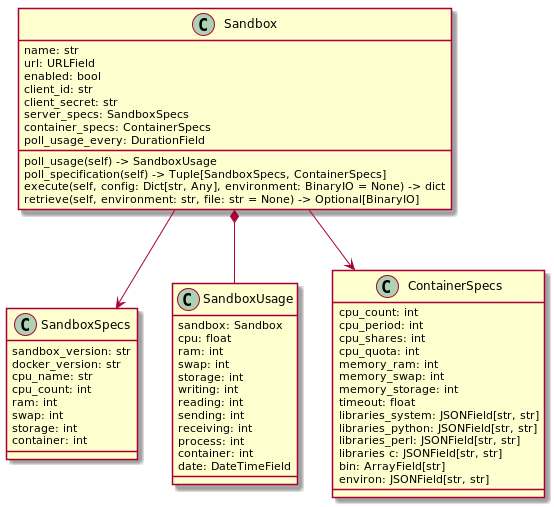
This is diagrammes/standalone/sandbox/sandbox.png from PremierLangage/platon-conception, a PlantUML export, as it was before one commit.
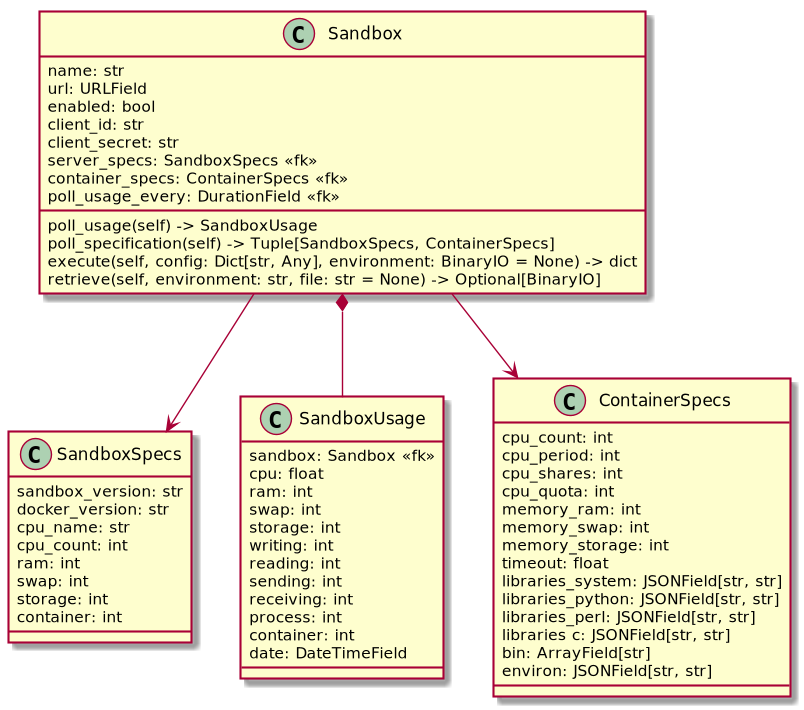
After the commit.

The edit, as a diff of the source:
```diff
@@ -13,7 +13,7 @@
 
 
 class SandboxUsage {
-    sandbox: Sandbox
+    sandbox: Sandbox <<fk>>
     cpu: float
     ram: int
     swap: int
@@ -52,9 +52,9 @@
     enabled: bool
     client_id: str
     client_secret: str
-    server_specs: SandboxSpecs
-    container_specs: ContainerSpecs
-    poll_usage_every: DurationField
+    server_specs: SandboxSpecs <<fk>>
+    container_specs: ContainerSpecs <<fk>>
+    poll_usage_every: DurationField <<fk>>
 
     poll_usage(self) -> SandboxUsage
     poll_specification(self) -> Tuple[SandboxSpecs, ContainerSpecs]
```
